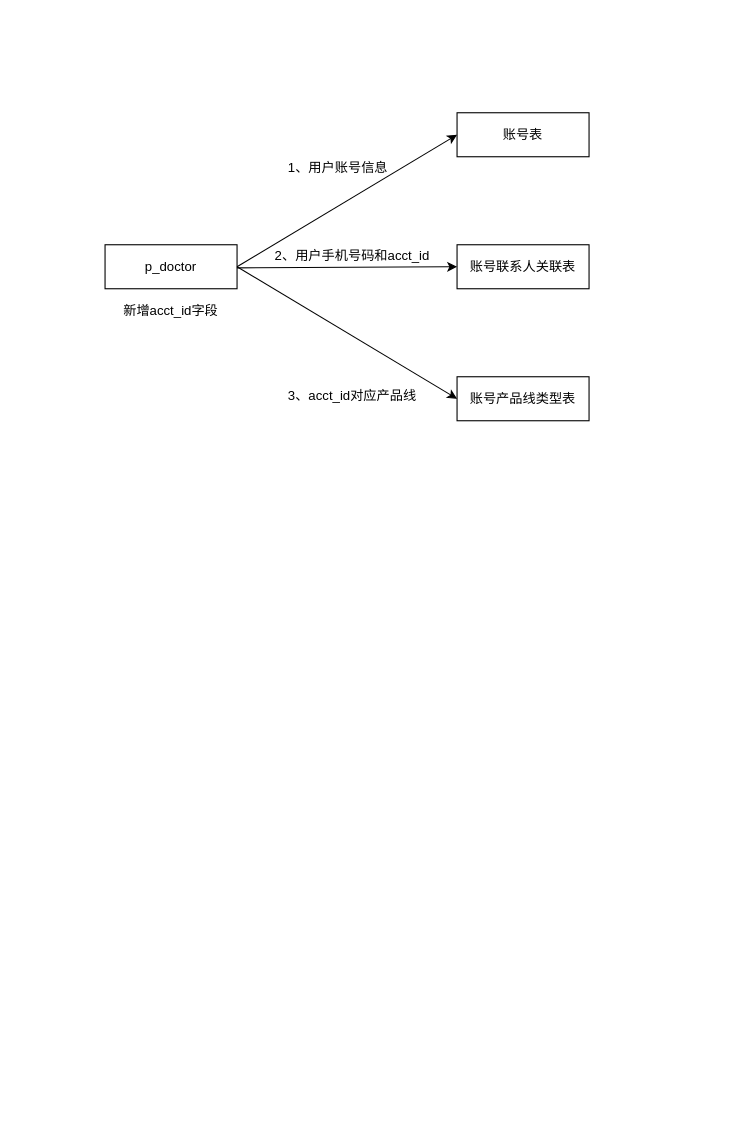
chenrushui/draw keeps this draw.io diagram as 账号联系人表.drawio. Above is the earlier version. Source tidied: cells renumbered, new cells numbered last; positions are measured from the earlier drawing's top-left corner, leaving out a move shared by most shapes. Both pictures are drawn from the tidied source at 110%, with x=0, y=0 at pixel (105, 112).
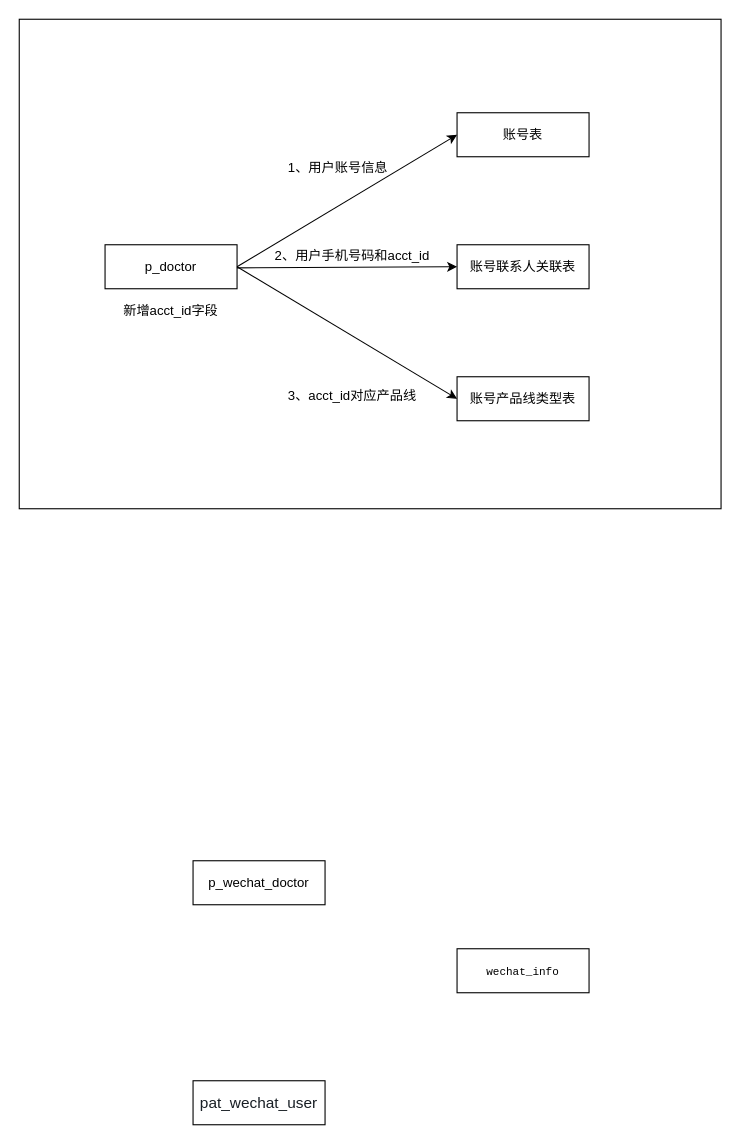
The same page after the edit.

Commit message:
更新账号联系人表.drawio

What changed in the source:
```diff
@@
 <mxGraphModel>
   <root>
     <mxCell id="0" />
     <mxCell id="1" parent="0" />
+    <mxCell id="13" style="rounded=0;whiteSpace=wrap;html=1;" parent="1" vertex="1">
+      <mxGeometry x="-78" y="-85" width="638" height="445" as="geometry" />
+    </mxCell>
     <mxCell id="2" value="p_doctor" style="rounded=0;whiteSpace=wrap;html=1;" parent="1" vertex="1">
       <mxGeometry y="120" width="120" height="40" as="geometry" />
     </mxCell>
     <mxCell id="3" value="新增acct_id字段" style="text;html=1;strokeColor=none;fillColor=none;align=center;verticalAlign=middle;whiteSpace=wrap;rounded=0;" parent="1" vertex="1">
       <mxGeometry x="10" y="170" width="100" height="20" as="geometry" />
     </mxCell>
     <mxCell id="4" value="&lt;span style=&quot;text-align: left&quot;&gt;账号表&lt;/span&gt;" style="rounded=0;whiteSpace=wrap;html=1;" parent="1" vertex="1">
       <mxGeometry x="320" width="120" height="40" as="geometry" />
     </mxCell>
     <mxCell id="5" value="&lt;span style=&quot;text-align: left&quot;&gt;账号联系人关联表&lt;/span&gt;" style="rounded=0;whiteSpace=wrap;html=1;" parent="1" vertex="1">
       <mxGeometry x="320" y="120" width="120" height="40" as="geometry" />
     </mxCell>
     <mxCell id="6" value="账号产品线类型表" style="rounded=0;whiteSpace=wrap;html=1;" parent="1" vertex="1">
       <mxGeometry x="320" y="240" width="120" height="40" as="geometry" />
     </mxCell>
     <mxCell id="7" style="endArrow=classic;html=1;entryX=0;entryY=0.5;entryDx=0;entryDy=0;" parent="1" edge="1" target="4">
       <mxGeometry relative="1" as="geometry">
         <mxPoint x="120" y="140" as="sourcePoint" />
       </mxGeometry>
     </mxCell>
     <mxCell id="8" value="2、用户手机号码和acct_id" style="text;html=1;strokeColor=none;fillColor=none;align=center;verticalAlign=middle;whiteSpace=wrap;rounded=0;" parent="1" vertex="1">
       <mxGeometry x="147" y="120" width="156" height="20" as="geometry" />
     </mxCell>
     <mxCell id="9" style="endArrow=classic;html=1;entryX=0;entryY=0.5;entryDx=0;entryDy=0;exitX=1;exitY=0.5;exitDx=0;exitDy=0;" parent="1" edge="1" target="5">
       <mxGeometry relative="1" as="geometry">
         <mxPoint x="120" y="141" as="sourcePoint" />
       </mxGeometry>
     </mxCell>
     <mxCell id="10" style="endArrow=classic;html=1;entryX=0;entryY=0.5;entryDx=0;entryDy=0;exitX=1;exitY=0.5;exitDx=0;exitDy=0;" parent="1" edge="1" source="2" target="6">
       <mxGeometry relative="1" as="geometry" />
     </mxCell>
     <mxCell id="11" value="1、用户账号信息" style="text;html=1;strokeColor=none;fillColor=none;align=center;verticalAlign=middle;whiteSpace=wrap;rounded=0;" parent="1" vertex="1">
       <mxGeometry x="147" y="40" width="130" height="20" as="geometry" />
     </mxCell>
     <mxCell id="12" value="3、acct_id对应产品线" style="text;html=1;strokeColor=none;fillColor=none;align=center;verticalAlign=middle;whiteSpace=wrap;rounded=0;" parent="1" vertex="1">
       <mxGeometry x="160" y="248" width="130" height="20" as="geometry" />
     </mxCell>
+    <mxCell id="14" value="p_wechat_doctor" style="rounded=0;whiteSpace=wrap;html=1;" parent="1" vertex="1">
+      <mxGeometry x="80" y="680" width="120" height="40" as="geometry" />
+    </mxCell>
+    <mxCell id="15" value="&lt;span style=&quot;color: rgb(25 , 31 , 37) ; font-family: &amp;#34;microsoft yahei&amp;#34; , &amp;#34;segoe ui&amp;#34; , , &amp;#34;roboto&amp;#34; , &amp;#34;droid sans&amp;#34; , &amp;#34;helvetica neue&amp;#34; , sans-serif , &amp;#34;tahoma&amp;#34; , &amp;#34;segoe ui symbol&amp;#34; ; font-size: 14px ; text-align: left ; white-space: pre-wrap ; background-color: rgb(255 , 255 , 255)&quot;&gt;pat_wechat_user&lt;/span&gt;" style="rounded=0;whiteSpace=wrap;html=1;" parent="1" vertex="1">
+      <mxGeometry x="80" y="880" width="120" height="40" as="geometry" />
+    </mxCell>
+    <mxCell id="16" value="&lt;span lang=&quot;EN-US&quot; style=&quot;font-size: 7.5pt ; font-family: &amp;#34;consolas&amp;#34; ; border: 1pt none ; padding: 0cm&quot;&gt;wechat_info&lt;/span&gt;" style="rounded=0;whiteSpace=wrap;html=1;" parent="1" vertex="1">
+      <mxGeometry x="320" y="760" width="120" height="40" as="geometry" />
+    </mxCell>
   </root>
 </mxGraphModel>
```
